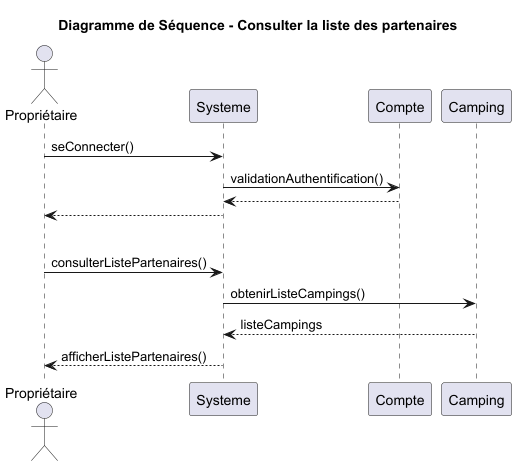
This is UML/png/Diagramme_séquence_consulter_liste_partenaires-Diagramme_de_Séquence___Consulter_la_liste_des_partenaires.png from Egario54/ProjetClubNautique, a PlantUML export, as it was before one commit.
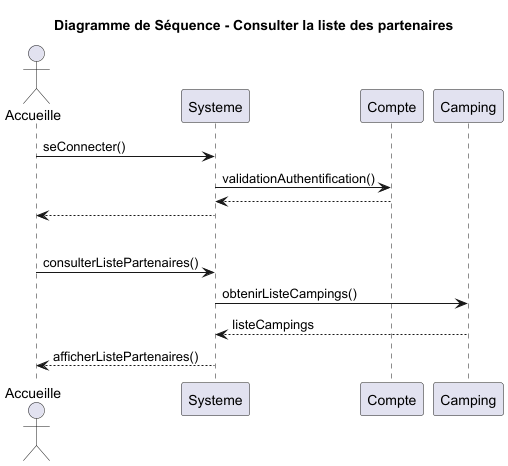
After the commit.

Change to the diagram source:
```diff
@@ -1,19 +1,19 @@
 @startuml
 title Diagramme de Séquence - Consulter la liste des partenaires
-actor Propriétaire
+actor Accueille
 participant Systeme
 participant Compte
 participant Camping
 
-Propriétaire -> Systeme: seConnecter()
+Accueille -> Systeme: seConnecter()
 Systeme -> Compte: validationAuthentification()
 return
-Systeme --> Propriétaire
+Systeme --> Accueille
 
 |||
 
-Propriétaire -> Systeme: consulterListePartenaires()
+Accueille -> Systeme: consulterListePartenaires()
     Systeme -> Camping: obtenirListeCampings()
     Camping --> Systeme: listeCampings
-    Systeme --> Propriétaire: afficherListePartenaires()
+    Systeme --> Accueille: afficherListePartenaires()
 @enduml
```
